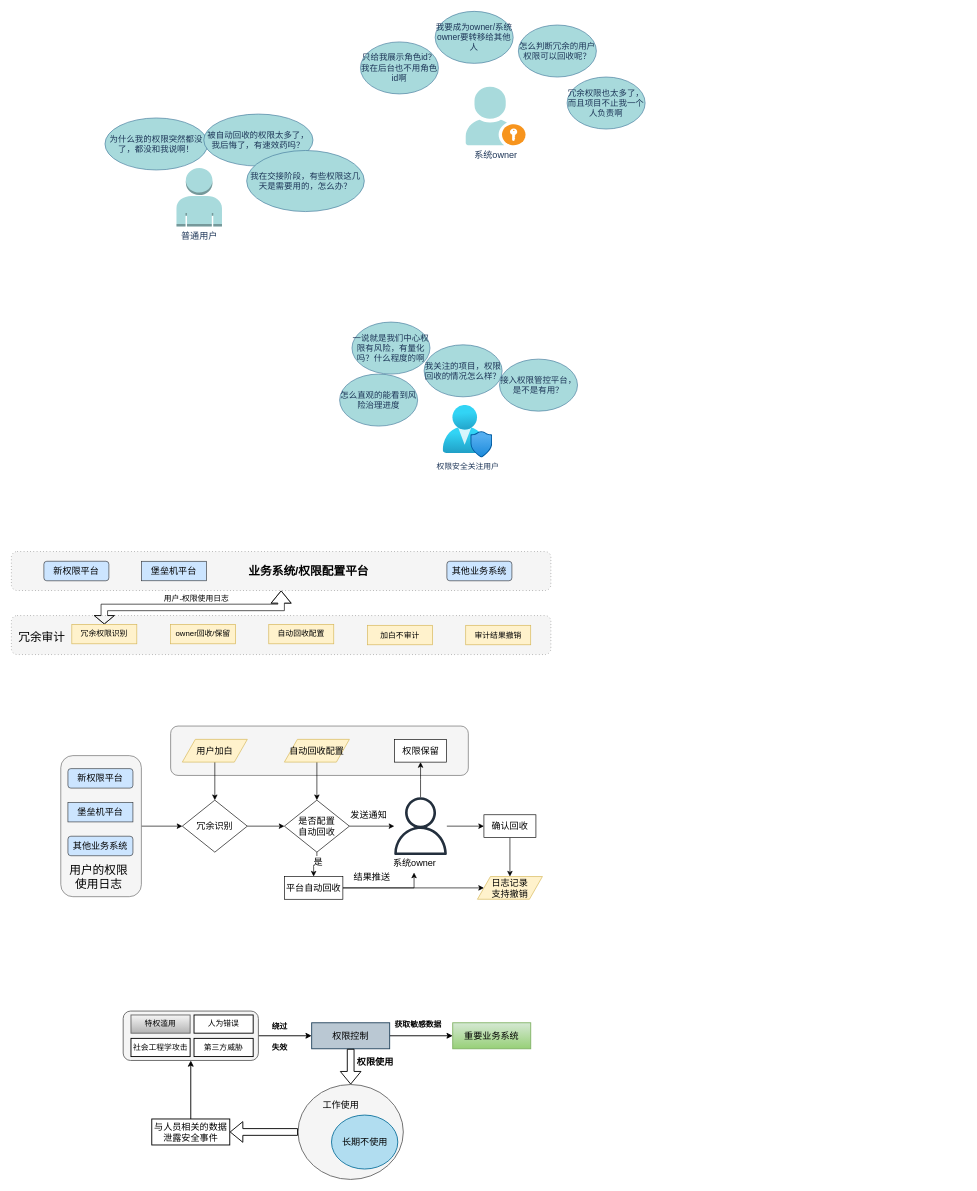
Earlier version of the draw.io diagram page "遇到的问题" (10 of 14) of 权限审计.drawio (zpxiao-ios/hello-world). Source tidied: cells renumbered, new cells numbered last; positions are measured from the earlier drawing's top-left corner, leaving out a move shared by most shapes. Both pictures are drawn from the tidied source at 65%, with x=0, y=0 at pixel (11, 11).
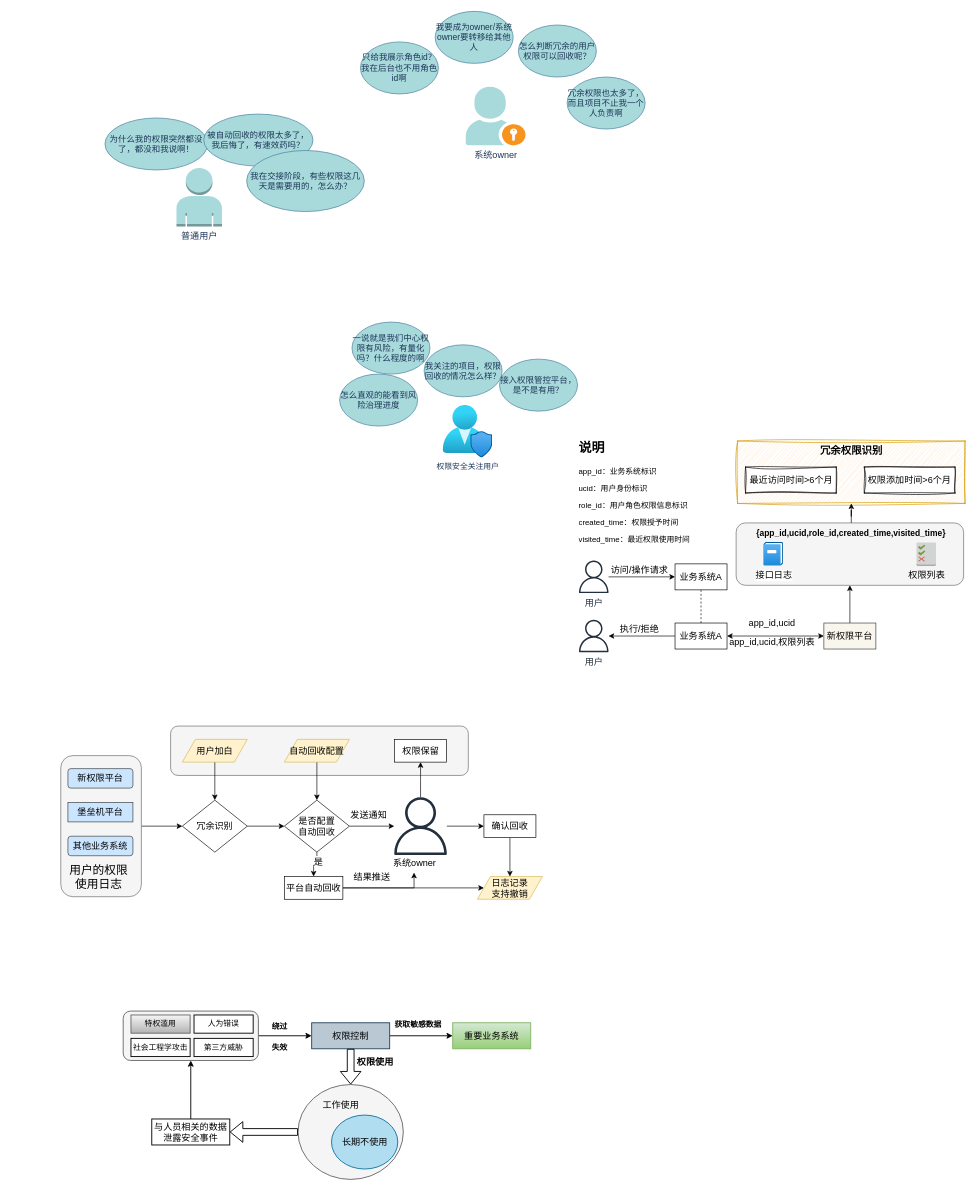
The same diagram, later.

Commit message:
更新权限审计.drawio

What changed in the source:
```diff
@@
+    <mxCell id="80" style="rounded=1;whiteSpace=wrap;html=1;fontSize=14;fillColor=#f5f5f5;strokeColor=#666666;fontColor=#333333;" parent="1" vertex="1">
+      <mxGeometry x="1115" y="787" width="350" height="96" as="geometry" />
+    </mxCell>
@@
-    <mxCell id="3" style="rounded=1;whiteSpace=wrap;html=1;dashed=1;dashPattern=1 4;fillColor=#f5f5f5;fontColor=#333333;strokeColor=#666666;" parent="1" vertex="1">
-      <mxGeometry y="929.5" width="830" height="60" as="geometry" />
-    </mxCell>
@@
-    <mxCell id="18" value="owner回收/保留" style="rounded=0;whiteSpace=wrap;html=1;fillColor=#fff2cc;strokeColor=#d6b656;" parent="1" vertex="1">
-      <mxGeometry x="245" y="943" width="100" height="30" as="geometry" />
-    </mxCell>
-    <mxCell id="19" value="自动回收配置" style="rounded=0;whiteSpace=wrap;html=1;fillColor=#fff2cc;strokeColor=#d6b656;" parent="1" vertex="1">
-      <mxGeometry x="396" y="943" width="100" height="30" as="geometry" />
-    </mxCell>
-    <mxCell id="20" value="加白不审计" style="rounded=0;whiteSpace=wrap;html=1;fillColor=#fff2cc;strokeColor=#d6b656;" parent="1" vertex="1">
-      <mxGeometry x="548" y="944.5" width="100" height="30" as="geometry" />
-    </mxCell>
-    <mxCell id="21" style="edgeStyle=orthogonalEdgeStyle;rounded=0;jettySize=auto;html=1;exitX=0.5;exitY=0;exitDx=0;exitDy=0;entryX=0.5;entryY=1;entryDx=0;entryDy=0;shape=flexArrow;startArrow=block;startSize=4;" parent="1" edge="1" source="22" target="24">
-      <mxGeometry relative="1" as="geometry" />
-    </mxCell>
-    <mxCell id="22" value="冗余权限识别" style="rounded=0;whiteSpace=wrap;html=1;fillColor=#fff2cc;strokeColor=#d6b656;" parent="1" vertex="1">
-      <mxGeometry x="93" y="943" width="100" height="30" as="geometry" />
-    </mxCell>
-    <mxCell id="23" value="审计结果撤销" style="rounded=0;whiteSpace=wrap;html=1;fillColor=#fff2cc;strokeColor=#d6b656;" parent="1" vertex="1">
-      <mxGeometry x="699" y="944.5" width="100" height="30" as="geometry" />
-    </mxCell>
-    <mxCell id="24" style="rounded=1;whiteSpace=wrap;html=1;dashed=1;fontSize=14;dashPattern=1 4;fillColor=#f5f5f5;fontColor=#333333;strokeColor=#666666;" parent="1" vertex="1">
-      <mxGeometry y="831" width="830" height="60" as="geometry" />
-    </mxCell>
-    <mxCell id="25" value="新权限平台" style="rounded=1;whiteSpace=wrap;html=1;fontSize=14;fillColor=#cce5ff;strokeColor=#36393d;" parent="1" vertex="1">
-      <mxGeometry x="50" y="846" width="100" height="30" as="geometry" />
-    </mxCell>
-    <mxCell id="26" value="堡垒机平台" style="rounded=0;whiteSpace=wrap;html=1;fontSize=14;fillColor=#cce5ff;strokeColor=#36393d;" parent="1" vertex="1">
-      <mxGeometry x="200" y="846" width="100" height="30" as="geometry" />
-    </mxCell>
-    <mxCell id="27" value="其他业务系统" style="rounded=1;whiteSpace=wrap;html=1;fontSize=14;fillColor=#cce5ff;strokeColor=#36393d;" parent="1" vertex="1">
-      <mxGeometry x="670" y="846" width="100" height="30" as="geometry" />
-    </mxCell>
-    <mxCell id="28" value="&lt;font style=&quot;font-size: 18px;&quot;&gt;&lt;b&gt;业务系统/权限配置平台&lt;/b&gt;&lt;/font&gt;" style="text;html=1;align=center;verticalAlign=middle;whiteSpace=wrap;rounded=0;fontSize=14;" parent="1" vertex="1">
-      <mxGeometry x="350" y="846" width="215" height="30" as="geometry" />
-    </mxCell>
-    <mxCell id="29" value="&lt;font style=&quot;font-size: 18px;&quot;&gt;冗余审计&lt;/font&gt;" style="text;html=1;align=center;verticalAlign=middle;whiteSpace=wrap;rounded=0;" parent="1" vertex="1">
-      <mxGeometry x="8" y="948" width="78" height="30" as="geometry" />
-    </mxCell>
-    <mxCell id="30" value="用户-权限使用日志" style="text;html=1;align=center;verticalAlign=middle;whiteSpace=wrap;rounded=0;" parent="1" vertex="1">
-      <mxGeometry x="228" y="888" width="114" height="30" as="geometry" />
-    </mxCell>
@@
+    <mxCell id="81" style="edgeStyle=orthogonalEdgeStyle;rounded=0;jettySize=auto;html=1;entryX=0;entryY=0.5;entryDx=0;entryDy=0;fontSize=14;" parent="1" edge="1" source="82" target="84">
+      <mxGeometry relative="1" as="geometry" />
+    </mxCell>
+    <mxCell id="82" value="用户" style="sketch=0;outlineConnect=0;fontColor=#232F3E;gradientColor=none;fillColor=#232F3D;strokeColor=none;dashed=0;verticalLabelPosition=bottom;verticalAlign=top;align=center;html=1;fontSize=14;fontStyle=0;shape=mxgraph.aws4.user;" parent="1" vertex="1">
+      <mxGeometry x="871" y="845" width="50" height="50" as="geometry" />
+    </mxCell>
+    <mxCell id="83" style="edgeStyle=orthogonalEdgeStyle;rounded=0;jettySize=auto;html=1;dashed=1;endArrow=none;endFill=0;fontSize=14;" parent="1" edge="1" source="84" target="87">
+      <mxGeometry relative="1" as="geometry" />
+    </mxCell>
+    <mxCell id="84" value="业务系统A" style="rounded=0;whiteSpace=wrap;html=1;fontSize=14;" parent="1" vertex="1">
+      <mxGeometry x="1021" y="850" width="80" height="40" as="geometry" />
+    </mxCell>
+    <mxCell id="85" style="edgeStyle=orthogonalEdgeStyle;rounded=0;jettySize=auto;html=1;startArrow=classic;startFill=1;fontSize=14;" parent="1" edge="1" source="87" target="25">
+      <mxGeometry relative="1" as="geometry" />
+    </mxCell>
+    <mxCell id="86" style="edgeStyle=orthogonalEdgeStyle;rounded=0;jettySize=auto;html=1;fontSize=14;" parent="1" edge="1" source="87" target="89">
+      <mxGeometry relative="1" as="geometry" />
+    </mxCell>
+    <mxCell id="87" value="业务系统A" style="rounded=0;whiteSpace=wrap;html=1;fontSize=14;" parent="1" vertex="1">
+      <mxGeometry x="1021" y="941" width="80" height="40" as="geometry" />
+    </mxCell>
+    <mxCell id="88" style="edgeStyle=orthogonalEdgeStyle;rounded=0;jettySize=auto;html=1;entryX=0.5;entryY=1;entryDx=0;entryDy=0;" parent="1" edge="1" source="25" target="80">
+      <mxGeometry relative="1" as="geometry" />
+    </mxCell>
+    <mxCell id="25" value="新权限平台" style="rounded=0;whiteSpace=wrap;html=1;fontSize=14;fillColor=#f9f7ed;strokeColor=#36393d;" parent="1" vertex="1">
+      <mxGeometry x="1250" y="941" width="80" height="40" as="geometry" />
+    </mxCell>
+    <mxCell id="89" value="用户" style="sketch=0;outlineConnect=0;fontColor=#232F3E;gradientColor=none;fillColor=#232F3D;strokeColor=none;dashed=0;verticalLabelPosition=bottom;verticalAlign=top;align=center;html=1;fontSize=14;fontStyle=0;shape=mxgraph.aws4.user;" parent="1" vertex="1">
+      <mxGeometry x="871" y="936" width="50" height="50" as="geometry" />
+    </mxCell>
+    <mxCell id="90" value="接口日志" style="image;html=1;align=center;fontSize=14;image=img/lib/azure2/management_governance/Activity_Log.svg;" parent="1" vertex="1">
+      <mxGeometry x="1157.5" y="817" width="30" height="36" as="geometry" />
+    </mxCell>
+    <mxCell id="91" value="app_id,ucid" style="text;html=1;align=center;verticalAlign=middle;strokeColor=none;fillColor=none;fontSize=14;" parent="1" vertex="1">
+      <mxGeometry x="1120" y="926" width="100" height="30" as="geometry" />
+    </mxCell>
+    <mxCell id="92" value="app_id,ucid,权限列表" style="text;html=1;align=center;verticalAlign=middle;strokeColor=none;fillColor=none;fontSize=14;" parent="1" vertex="1">
+      <mxGeometry x="1090" y="956" width="160" height="30" as="geometry" />
+    </mxCell>
+    <mxCell id="93" value="权限列表" style="dashed=0;verticalLabelPosition=bottom;verticalAlign=top;align=center;html=1;shape=mxgraph.aws3.permissions_2;fillColor=#D2D3D3;gradientColor=none;fontSize=14;" parent="1" vertex="1">
+      <mxGeometry x="1392.5" y="817" width="30" height="36" as="geometry" />
+    </mxCell>
+    <mxCell id="94" value="访问/操作请求" style="text;html=1;align=center;verticalAlign=middle;strokeColor=none;fillColor=none;fontSize=14;" parent="1" vertex="1">
+      <mxGeometry x="911" y="845" width="110" height="30" as="geometry" />
+    </mxCell>
+    <mxCell id="95" value="执行/拒绝" style="text;html=1;align=center;verticalAlign=middle;strokeColor=none;fillColor=none;fontSize=14;" parent="1" vertex="1">
+      <mxGeometry x="926" y="936" width="80" height="30" as="geometry" />
+    </mxCell>
+    <mxCell id="96" style="rounded=0;whiteSpace=wrap;html=1;shadow=0;sketch=1;curveFitting=1;jiggle=2;fillColor=#ffe6cc;strokeColor=#d79b00;" parent="1" vertex="1">
+      <mxGeometry x="1117.2" y="661" width="350" height="96" as="geometry" />
+    </mxCell>
+    <mxCell id="22" value="&lt;font style=&quot;font-size: 16px;&quot;&gt;&lt;b&gt;冗余权限识别&lt;/b&gt;&lt;/font&gt;" style="text;html=1;align=center;verticalAlign=middle;points=[];strokeColor=none;fillColor=none;" parent="1" vertex="1">
+      <mxGeometry x="1232.2" y="661" width="120" height="30" as="geometry" />
+    </mxCell>
+    <mxCell id="97" value="权限添加时间&amp;gt;6个月" style="rounded=0;whiteSpace=wrap;html=1;fontSize=14;glass=0;sketch=1;curveFitting=1;jiggle=2;shadow=0;" parent="1" vertex="1">
+      <mxGeometry x="1312.2" y="701" width="139.5" height="40" as="geometry" />
+    </mxCell>
+    <mxCell id="98" value="最近访问时间&amp;gt;6个月" style="rounded=0;whiteSpace=wrap;html=1;fontSize=14;glass=0;sketch=1;curveFitting=1;jiggle=2;shadow=0;" parent="1" vertex="1">
+      <mxGeometry x="1129.5" y="701" width="139.5" height="40" as="geometry" />
+    </mxCell>
+    <mxCell id="99" style="edgeStyle=orthogonalEdgeStyle;rounded=0;jettySize=auto;html=1;entryX=0.5;entryY=1;entryDx=0;entryDy=0;" parent="1" edge="1" source="100" target="96">
+      <mxGeometry relative="1" as="geometry" />
+    </mxCell>
+    <mxCell id="100" value="&lt;font style=&quot;font-size: 13px;&quot;&gt;&lt;b&gt;{app_id,ucid,role_id,created_time,visited_time}&lt;/b&gt;&lt;/font&gt;" style="text;html=1;align=center;verticalAlign=middle;whiteSpace=wrap;rounded=0;" parent="1" vertex="1">
+      <mxGeometry x="1127.2" y="787" width="330" height="30" as="geometry" />
+    </mxCell>
+    <mxCell id="101" value="&lt;h1 style=&quot;margin-top: 0px;&quot;&gt;&lt;font style=&quot;font-size: 20px;&quot;&gt;说明&lt;/font&gt;&lt;/h1&gt;&lt;p&gt;app_id：业务系统标识&lt;/p&gt;&lt;p&gt;ucid：用户身份标识&lt;/p&gt;&lt;p&gt;role_id：用户角色权限信息标识&lt;/p&gt;&lt;p&gt;created_time：权限授予时间&lt;/p&gt;&lt;p&gt;visited_time：最近权限使用时间&lt;/p&gt;" style="text;html=1;whiteSpace=wrap;overflow=hidden;rounded=0;align=left;" parent="1" vertex="1">
+      <mxGeometry x="871" y="649" width="180" height="182" as="geometry" />
+    </mxCell>
```
